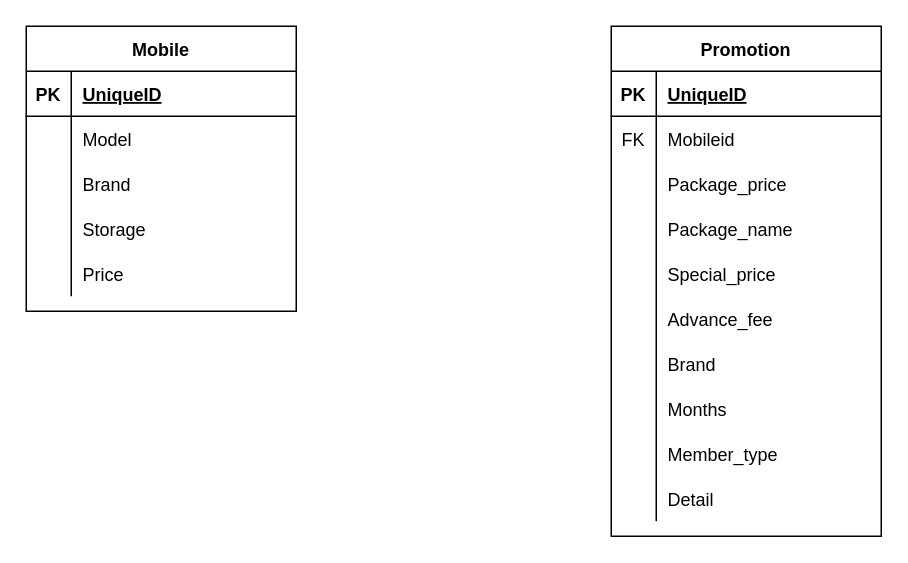
Earlier version of the draw.io diagram page "Page-1" (1 of 2) of Untitled Diagram.drawio (TOC-GROUPWORK/Backend). Source tidied: cells renumbered, new cells numbered last; positions are measured from the earlier drawing's top-left corner, leaving out a move shared by most shapes. Both pictures are drawn from the tidied source at 150%, with x=0, y=0 at pixel (26, 26).
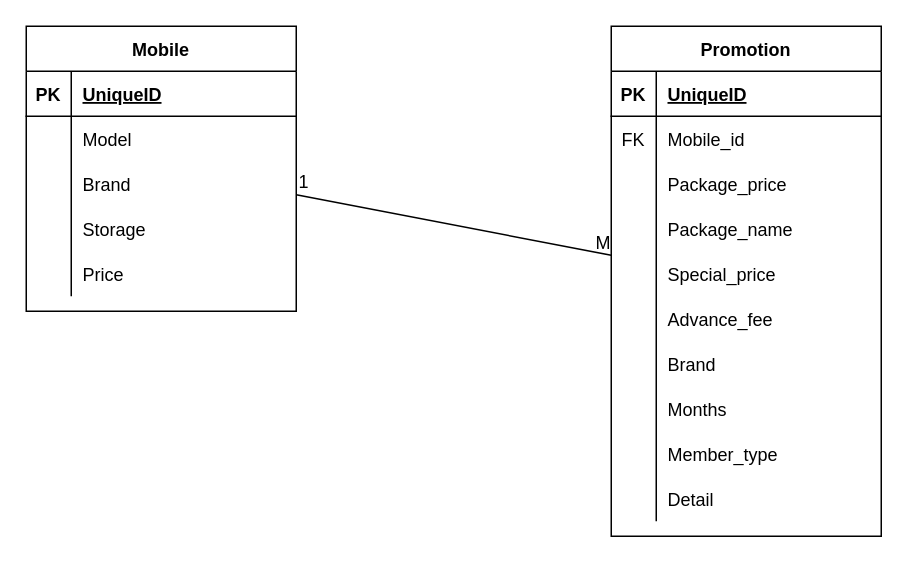
After the change.

Unchanged cells that the change refers to:
```xml
<mxCell id="2" value="Mobile" style="shape=table;startSize=30;childLayout=tableLayout;rowLines=0;fontStyle=1;align=center;" parent="1" vertex="1">
  <mxGeometry width="180" height="190" as="geometry" />
</mxCell>
<mxCell id="18" value="Promotion" style="shape=table;startSize=30;childLayout=tableLayout;rowLines=0;fontStyle=1;align=center;" parent="1" vertex="1">
  <mxGeometry x="390" width="180" height="340" as="geometry" />
</mxCell>
<mxCell id="22" style="shape=tableRow;horizontal=0;startSize=0;swimlaneHead=0;swimlaneBody=0;fillColor=none;top=0;left=0;right=0;bottom=0;" parent="18" vertex="1">
  <mxGeometry y="60" width="180" height="30" as="geometry" />
</mxCell>
```

What changed in the source:
```diff
@@
-    <mxCell id="24" value="Mobileid" style="shape=partialRectangle;fillColor=none;top=0;left=0;bottom=0;right=0;align=left;spacingLeft=6;overflow=hidden;" parent="22" vertex="1">
+    <mxCell id="24" value="Mobile_id" style="shape=partialRectangle;fillColor=none;top=0;left=0;bottom=0;right=0;align=left;spacingLeft=6;overflow=hidden;" parent="22" vertex="1">
       <mxGeometry x="30" width="150" height="30" as="geometry" />
     </mxCell>
@@
+    <mxCell id="49" style="endArrow=none;html=1;rounded=0;" parent="1" edge="1" source="2" target="18">
+      <mxGeometry relative="1" as="geometry" />
+    </mxCell>
+    <mxCell id="50" value="1" style="html=1;align=left;verticalAlign=bottom;" parent="49" vertex="1">
+      <mxGeometry x="-1" relative="1" as="geometry" />
+    </mxCell>
+    <mxCell id="51" value="M" style="html=1;align=right;verticalAlign=bottom;" parent="49" vertex="1">
+      <mxGeometry x="1" relative="1" as="geometry" />
+    </mxCell>
```
